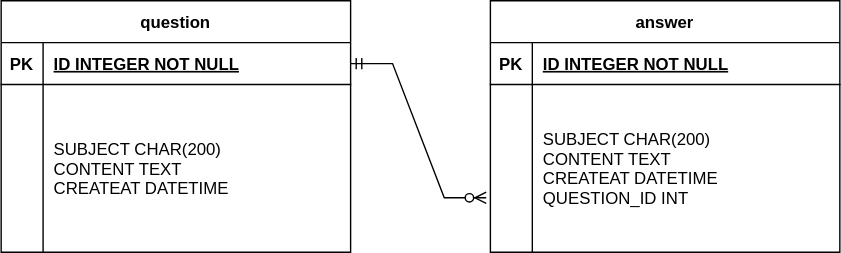
The draw.io diagram document/diagram.svg in bumjin-handy/sbb5, before a commit. Source tidied: cells renumbered, new cells last; positions are measured from the earlier drawing's top-left corner, leaving out a move shared by most shapes.
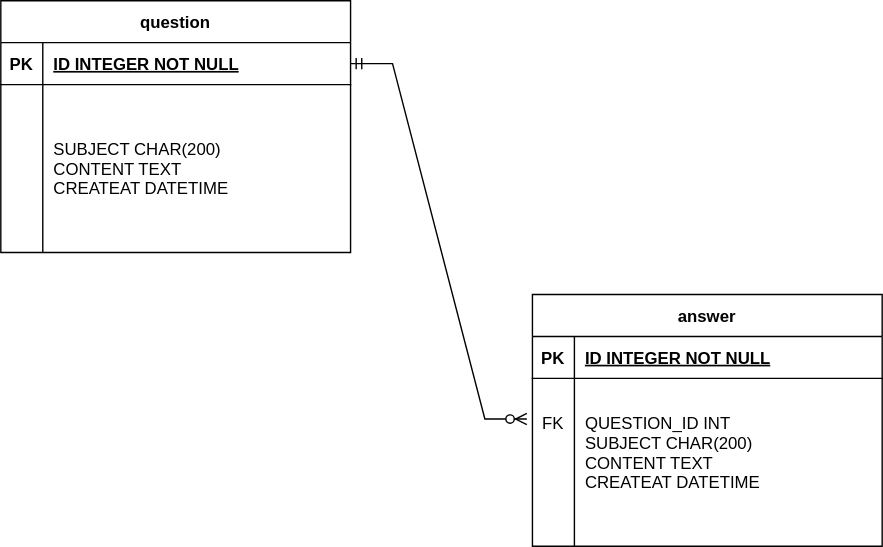
Later version of the same file.

Diff of the diagram source:
```diff
@@ -24,7 +24,7 @@
       <mxGeometry x="30" width="220" height="120" as="geometry" />
     </mxCell>
     <mxCell id="9" value="answer" style="shape=table;startSize=30;rowLines=0;fontStyle=1;align=center;" parent="1" vertex="1">
-      <mxGeometry x="350" width="250" height="180" as="geometry" />
+      <mxGeometry x="380" y="210" width="250" height="180" as="geometry" />
     </mxCell>
     <mxCell id="10" style="shape=partialRectangle;fillColor=none;top=0;left=0;right=0;bottom=1;" parent="9" vertex="1">
       <mxGeometry y="30" width="250" height="30" as="geometry" />
@@ -38,14 +38,19 @@
     <mxCell id="13" style="shape=partialRectangle;fillColor=none;points=[[0,0.5],[1,0.5]];portConstraint=eastwest;top=0;left=0;right=0;bottom=0;" parent="9" vertex="1">
       <mxGeometry y="60" width="250" height="120" as="geometry" />
     </mxCell>
-    <mxCell id="14" style="shape=partialRectangle;overflow=hidden;fillColor=none;top=0;left=0;bottom=0;right=0;" parent="13" vertex="1">
+    <mxCell id="14" value="FK&#10;&#10;&#10;&#10;" style="shape=partialRectangle;overflow=hidden;fillColor=none;top=0;left=0;bottom=0;right=0;" parent="13" vertex="1">
       <mxGeometry width="30" height="120" as="geometry" />
     </mxCell>
-    <mxCell id="15" value="SUBJECT CHAR(200)&#10;CONTENT TEXT&#10;CREATEAT DATETIME&#10;QUESTION_ID INT" style="shape=partialRectangle;overflow=hidden;fillColor=none;top=0;left=0;bottom=0;right=0;align=left;spacingLeft=6;" parent="13" vertex="1">
+    <mxCell id="15" value="QUESTION_ID INT&#10;SUBJECT CHAR(200)&#10;CONTENT TEXT&#10;CREATEAT DATETIME&#10;" style="shape=partialRectangle;overflow=hidden;fillColor=none;top=0;left=0;bottom=0;right=0;align=left;spacingLeft=6;" parent="13" vertex="1">
       <mxGeometry x="30" width="220" height="120" as="geometry" />
     </mxCell>
-    <mxCell id="16" style="edgeStyle=entityRelationEdgeStyle;fontSize=12;html=1;endArrow=ERzeroToMany;startArrow=ERmandOne;rounded=0;exitX=1;exitY=0.5;exitDx=0;exitDy=0;entryX=-0.012;entryY=0.675;entryDx=0;entryDy=0;entryPerimeter=0;" parent="1" edge="1" source="3" target="13">
-      <mxGeometry relative="1" as="geometry" />
+    <mxCell id="16" style="edgeStyle=entityRelationEdgeStyle;fontSize=12;html=1;endArrow=ERzeroToMany;startArrow=ERmandOne;rounded=0;exitX=1;exitY=0.5;exitDx=0;exitDy=0;entryX=-0.016;entryY=0.242;entryDx=0;entryDy=0;entryPerimeter=0;" parent="1" edge="1" source="3" target="13">
+      <mxGeometry relative="1" as="geometry">
+        <Array as="points">
+          <mxPoint x="270" y="240" />
+          <mxPoint x="260" y="220" />
+        </Array>
+      </mxGeometry>
     </mxCell>
   </root>
 </mxGraphModel>
```
